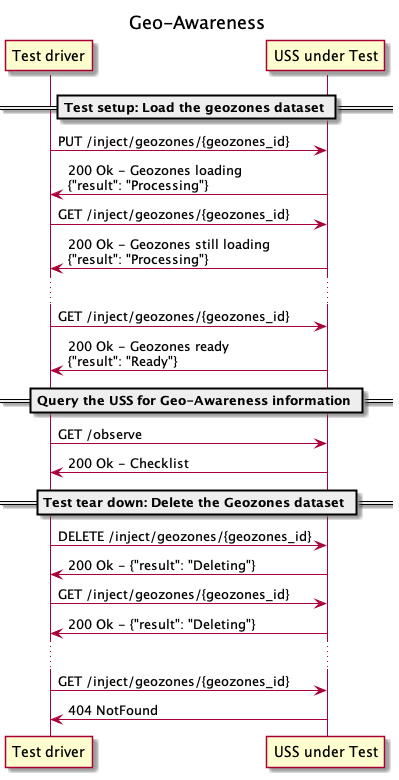
Before: interfaces/automated-testing/geo-awareness/design/ed-269/sequence.png, a diagram exported from PlantUML (interuss/dss).
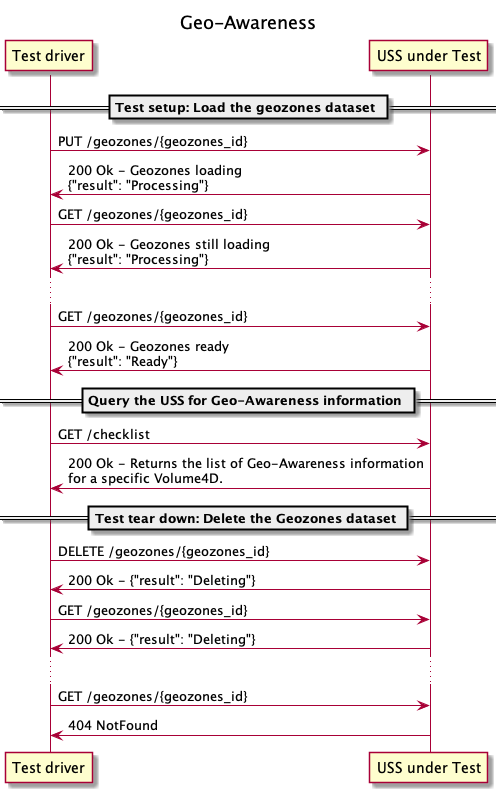
After the change.

Commit message:
[geo-awareness] Align sequence diagram

What changed in the source:
```diff
@@ -5,33 +5,33 @@
 participant U as "USS under Test"
 
 == Test setup: Load the geozones dataset ==
-TD -> U: PUT /inject/geozones/{geozones_id}
+TD -> U: PUT /geozones/{geozones_id}
 TD <- U: 200 Ok - Geozones loading\n{"result": "Processing"}
 
-TD -> U: GET /inject/geozones/{geozones_id}
+TD -> U: GET /geozones/{geozones_id}
 TD <- U: 200 Ok - Geozones still loading\n{"result": "Processing"}
 
 ...
 
-TD -> U: GET /inject/geozones/{geozones_id}
+TD -> U: GET /geozones/{geozones_id}
 TD <- U: 200 Ok - Geozones ready\n{"result": "Ready"}
 
 == Query the USS for Geo-Awareness information ==
 
-TD -> U: GET /observe
-TD <- U: 200 Ok - Checklist
+TD -> U: GET /checklist
+TD <- U: 200 Ok - Returns the list of Geo-Awareness information\nfor a specific Volume4D.
 
 == Test tear down: Delete the Geozones dataset ==
 
-TD -> U: DELETE /inject/geozones/{geozones_id}
+TD -> U: DELETE /geozones/{geozones_id}
 TD <- U: 200 Ok - {"result": "Deleting"}
 
-TD -> U: GET /inject/geozones/{geozones_id}
+TD -> U: GET /geozones/{geozones_id}
 TD <- U: 200 Ok - {"result": "Deleting"}
 
 ...
 
-TD -> U: GET /inject/geozones/{geozones_id}
+TD -> U: GET /geozones/{geozones_id}
 TD <- U: 404 NotFound
 
 @enduml
```
